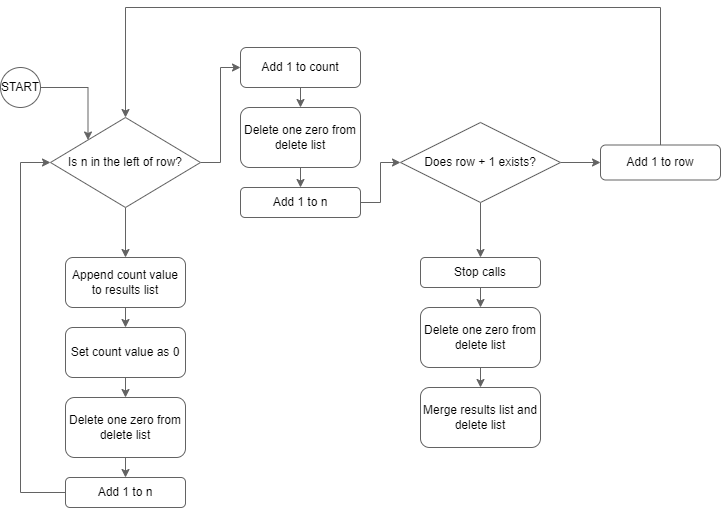
Earlier version of the draw.io export Atod_Clusters/Atod_Clusters_Map.png (Thezra/Atod_Clusters). Source tidied: cells renumbered, new cells last; positions are measured from the earlier drawing's top-left corner, leaving out a move shared by most shapes. Source of this version:
```xml
<mxGraphModel>
  <root>
    <mxCell id="0" />
    <mxCell id="1" parent="0" />
    <mxCell id="2" style="edgeStyle=orthogonalEdgeStyle;rounded=0;jettySize=auto;html=1;exitX=1;exitY=0.5;exitDx=0;exitDy=0;entryX=0;entryY=0.5;entryDx=0;entryDy=0;strokeColor=#636363;" parent="1" edge="1" source="4" target="20">
      <mxGeometry relative="1" as="geometry" />
    </mxCell>
    <mxCell id="3" style="edgeStyle=orthogonalEdgeStyle;rounded=0;jettySize=auto;html=1;exitX=0.5;exitY=1;exitDx=0;exitDy=0;entryX=0.5;entryY=0;entryDx=0;entryDy=0;strokeColor=#636363;" parent="1" edge="1" source="4" target="8">
      <mxGeometry relative="1" as="geometry" />
    </mxCell>
    <mxCell id="4" value="Is n in the left of row?" style="rhombus;whiteSpace=wrap;html=1;strokeColor=#636363;" parent="1" vertex="1">
      <mxGeometry x="50" y="110" width="150" height="90" as="geometry" />
    </mxCell>
    <mxCell id="5" style="edgeStyle=orthogonalEdgeStyle;rounded=0;jettySize=auto;html=1;exitX=0.5;exitY=0;exitDx=0;exitDy=0;entryX=0.5;entryY=0;entryDx=0;entryDy=0;strokeColor=#636363;" parent="1" edge="1" source="6" target="4">
      <mxGeometry relative="1" as="geometry">
        <Array as="points">
          <mxPoint x="660" />
          <mxPoint x="125" />
        </Array>
      </mxGeometry>
    </mxCell>
    <mxCell id="6" value="Add 1 to row" style="rounded=1;whiteSpace=wrap;html=1;strokeColor=#636363;" parent="1" vertex="1">
      <mxGeometry x="600" y="137.5" width="120" height="35" as="geometry" />
    </mxCell>
    <mxCell id="7" style="edgeStyle=orthogonalEdgeStyle;rounded=0;html=1;exitX=0.5;exitY=1;exitDx=0;exitDy=0;strokeColor=#636363;" parent="1" edge="1" source="8" target="32">
      <mxGeometry relative="1" as="geometry" />
    </mxCell>
    <mxCell id="8" value="Append count value to results list" style="rounded=1;whiteSpace=wrap;html=1;strokeColor=#636363;" parent="1" vertex="1">
      <mxGeometry x="65" y="250" width="120" height="50" as="geometry" />
    </mxCell>
    <mxCell id="9" value="yes" style="text;html=1;align=center;verticalAlign=middle;strokeColor=none;fillColor=none;fontColor=#FFFFFF;spacing=2;fontStyle=1;fontSize=11;" parent="1" vertex="1">
      <mxGeometry x="185" y="85" width="40" height="30" as="geometry" />
    </mxCell>
    <mxCell id="10" value="no" style="text;html=1;align=center;verticalAlign=middle;strokeColor=none;fillColor=none;spacing=2;fontStyle=1;fontSize=11;fontColor=#FFFFFF;" parent="1" vertex="1">
      <mxGeometry x="120" y="210" width="40" height="30" as="geometry" />
    </mxCell>
    <mxCell id="11" style="edgeStyle=orthogonalEdgeStyle;rounded=0;jettySize=auto;html=1;exitX=0.5;exitY=1;exitDx=0;exitDy=0;entryX=0.5;entryY=0;entryDx=0;entryDy=0;strokeColor=#636363;" parent="1" edge="1" source="13" target="15">
      <mxGeometry relative="1" as="geometry" />
    </mxCell>
    <mxCell id="12" style="edgeStyle=orthogonalEdgeStyle;rounded=0;jettySize=auto;html=1;exitX=1;exitY=0.5;exitDx=0;exitDy=0;entryX=0;entryY=0.5;entryDx=0;entryDy=0;strokeColor=#636363;" parent="1" edge="1" source="13" target="6">
      <mxGeometry relative="1" as="geometry" />
    </mxCell>
    <mxCell id="13" value="Does row + 1 exists?" style="rhombus;whiteSpace=wrap;html=1;strokeColor=#636363;" parent="1" vertex="1">
      <mxGeometry x="400" y="115" width="160" height="80" as="geometry" />
    </mxCell>
    <mxCell id="14" style="edgeStyle=orthogonalEdgeStyle;rounded=0;html=1;exitX=0.5;exitY=1;exitDx=0;exitDy=0;entryX=0.5;entryY=0;entryDx=0;entryDy=0;strokeColor=#636363;" parent="1" edge="1" source="15" target="34">
      <mxGeometry relative="1" as="geometry" />
    </mxCell>
    <mxCell id="15" value="Stop calls" style="rounded=1;whiteSpace=wrap;html=1;fillColor=default;strokeColor=#636363;" parent="1" vertex="1">
      <mxGeometry x="420" y="250" width="120" height="30" as="geometry" />
    </mxCell>
    <mxCell id="16" value="yes" style="text;html=1;align=center;verticalAlign=middle;strokeColor=none;fillColor=none;fontColor=#FFFFFF;spacing=2;fontStyle=1;fontSize=11;" parent="1" vertex="1">
      <mxGeometry x="560" y="130" width="40" height="30" as="geometry" />
    </mxCell>
    <mxCell id="17" value="no" style="text;html=1;align=center;verticalAlign=middle;strokeColor=none;fillColor=none;fontColor=#FFFFFF;spacing=2;fontStyle=1;fontSize=11;" parent="1" vertex="1">
      <mxGeometry x="450" y="210" width="40" height="30" as="geometry" />
    </mxCell>
    <mxCell id="18" style="edgeStyle=orthogonalEdgeStyle;rounded=0;jettySize=auto;html=1;entryX=0;entryY=0.5;entryDx=0;entryDy=0;strokeColor=#636363;" parent="1" edge="1" source="26" target="13">
      <mxGeometry relative="1" as="geometry" />
    </mxCell>
    <mxCell id="19" style="edgeStyle=orthogonalEdgeStyle;rounded=0;html=1;exitX=0.5;exitY=1;exitDx=0;exitDy=0;entryX=0.5;entryY=0;entryDx=0;entryDy=0;strokeColor=#636363;" parent="1" edge="1" source="20" target="25">
      <mxGeometry relative="1" as="geometry" />
    </mxCell>
    <mxCell id="20" value="Add 1 to count" style="rounded=1;whiteSpace=wrap;html=1;strokeColor=#636363;" parent="1" vertex="1">
      <mxGeometry x="240" y="40" width="120" height="40" as="geometry" />
    </mxCell>
    <mxCell id="21" value="Merge results list and delete list" style="rounded=1;whiteSpace=wrap;html=1;strokeColor=#636363;" parent="1" vertex="1">
      <mxGeometry x="420" y="380" width="120" height="60" as="geometry" />
    </mxCell>
    <mxCell id="22" style="edgeStyle=orthogonalEdgeStyle;html=1;exitX=1;exitY=0.5;exitDx=0;exitDy=0;entryX=0;entryY=0;entryDx=0;entryDy=0;rounded=0;strokeColor=#636363;" parent="1" edge="1" source="23" target="4">
      <mxGeometry relative="1" as="geometry" />
    </mxCell>
    <mxCell id="23" value="START" style="ellipse;whiteSpace=wrap;html=1;strokeColor=#636363;" parent="1" vertex="1">
      <mxGeometry y="60" width="40" height="40" as="geometry" />
    </mxCell>
    <mxCell id="24" style="edgeStyle=orthogonalEdgeStyle;rounded=0;html=1;exitX=0.5;exitY=1;exitDx=0;exitDy=0;entryX=0.5;entryY=0;entryDx=0;entryDy=0;strokeColor=#636363;" parent="1" edge="1" source="25" target="26">
      <mxGeometry relative="1" as="geometry" />
    </mxCell>
    <mxCell id="25" value="Delete one zero from delete list" style="rounded=1;whiteSpace=wrap;html=1;strokeColor=#636363;" parent="1" vertex="1">
      <mxGeometry x="240" y="100" width="120" height="60" as="geometry" />
    </mxCell>
    <mxCell id="26" value="Add 1 to n" style="rounded=1;whiteSpace=wrap;html=1;strokeColor=#636363;" parent="1" vertex="1">
      <mxGeometry x="240" y="180" width="120" height="30" as="geometry" />
    </mxCell>
    <mxCell id="27" style="edgeStyle=orthogonalEdgeStyle;rounded=0;html=1;exitX=0.5;exitY=1;exitDx=0;exitDy=0;entryX=0.5;entryY=0;entryDx=0;entryDy=0;strokeColor=#636363;" parent="1" edge="1" source="28" target="30">
      <mxGeometry relative="1" as="geometry" />
    </mxCell>
    <mxCell id="28" value="Delete one zero from delete list" style="rounded=1;whiteSpace=wrap;html=1;strokeColor=#636363;" parent="1" vertex="1">
      <mxGeometry x="65" y="390" width="120" height="60" as="geometry" />
    </mxCell>
    <mxCell id="29" style="edgeStyle=orthogonalEdgeStyle;rounded=0;html=1;exitX=0;exitY=0.5;exitDx=0;exitDy=0;entryX=0;entryY=0.5;entryDx=0;entryDy=0;strokeColor=#636363;" parent="1" edge="1" source="30" target="4">
      <mxGeometry relative="1" as="geometry">
        <Array as="points">
          <mxPoint x="20" y="485" />
          <mxPoint x="20" y="155" />
        </Array>
      </mxGeometry>
    </mxCell>
    <mxCell id="30" value="Add 1 to n" style="rounded=1;whiteSpace=wrap;html=1;strokeColor=#636363;" parent="1" vertex="1">
      <mxGeometry x="65" y="470" width="120" height="30" as="geometry" />
    </mxCell>
    <mxCell id="31" style="edgeStyle=orthogonalEdgeStyle;rounded=0;html=1;exitX=0.5;exitY=1;exitDx=0;exitDy=0;entryX=0.5;entryY=0;entryDx=0;entryDy=0;strokeColor=#636363;" parent="1" edge="1" source="32" target="28">
      <mxGeometry relative="1" as="geometry" />
    </mxCell>
    <mxCell id="32" value="Set count value as 0" style="rounded=1;whiteSpace=wrap;html=1;strokeColor=#636363;" parent="1" vertex="1">
      <mxGeometry x="65" y="320" width="120" height="50" as="geometry" />
    </mxCell>
    <mxCell id="33" style="edgeStyle=orthogonalEdgeStyle;rounded=0;html=1;exitX=0.5;exitY=1;exitDx=0;exitDy=0;entryX=0.5;entryY=0;entryDx=0;entryDy=0;strokeColor=#636363;" parent="1" edge="1" source="34" target="21">
      <mxGeometry relative="1" as="geometry" />
    </mxCell>
    <mxCell id="34" value="Delete one zero from delete list" style="rounded=1;whiteSpace=wrap;html=1;strokeColor=#636363;" parent="1" vertex="1">
      <mxGeometry x="420" y="300" width="120" height="60" as="geometry" />
    </mxCell>
  </root>
</mxGraphModel>
```
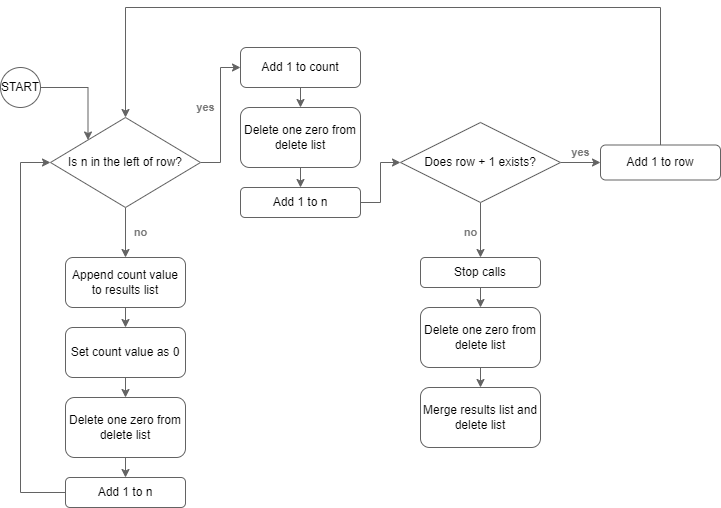
Later version of the same file.

The edit, as a diff of the source:
```diff
@@ -31,7 +31,7 @@
     <mxCell id="9" value="yes" style="text;html=1;align=center;verticalAlign=middle;strokeColor=none;fillColor=none;fontColor=#FFFFFF;spacing=2;fontStyle=1;fontSize=11;" parent="1" vertex="1">
       <mxGeometry x="185" y="85" width="40" height="30" as="geometry" />
     </mxCell>
-    <mxCell id="10" value="no" style="text;html=1;align=center;verticalAlign=middle;strokeColor=none;fillColor=none;spacing=2;fontStyle=1;fontSize=11;fontColor=#FFFFFF;" parent="1" vertex="1">
+    <mxCell id="10" value="no" style="text;html=1;align=center;verticalAlign=middle;strokeColor=none;fillColor=none;spacing=2;fontStyle=1;fontSize=11;fontColor=#787878;" parent="1" vertex="1">
       <mxGeometry x="120" y="210" width="40" height="30" as="geometry" />
     </mxCell>
     <mxCell id="11" style="edgeStyle=orthogonalEdgeStyle;rounded=0;jettySize=auto;html=1;exitX=0.5;exitY=1;exitDx=0;exitDy=0;entryX=0.5;entryY=0;entryDx=0;entryDy=0;strokeColor=#636363;" parent="1" edge="1" source="13" target="15">
@@ -111,5 +111,14 @@
     <mxCell id="34" value="Delete one zero from delete list" style="rounded=1;whiteSpace=wrap;html=1;strokeColor=#636363;" parent="1" vertex="1">
       <mxGeometry x="420" y="300" width="120" height="60" as="geometry" />
     </mxCell>
+    <mxCell id="35" value="yes" style="text;html=1;align=center;verticalAlign=middle;strokeColor=none;fillColor=none;fontColor=#787878;spacing=2;fontStyle=1;fontSize=11;" parent="1" vertex="1">
+      <mxGeometry x="560" y="130" width="40" height="30" as="geometry" />
+    </mxCell>
+    <mxCell id="36" value="no" style="text;html=1;align=center;verticalAlign=middle;strokeColor=none;fillColor=none;fontColor=#787878;spacing=2;fontStyle=1;fontSize=11;" parent="1" vertex="1">
+      <mxGeometry x="450" y="210" width="40" height="30" as="geometry" />
+    </mxCell>
+    <mxCell id="37" value="yes" style="text;html=1;align=center;verticalAlign=middle;strokeColor=none;fillColor=none;fontColor=#787878;spacing=2;fontStyle=1;fontSize=11;" parent="1" vertex="1">
+      <mxGeometry x="185" y="85" width="40" height="30" as="geometry" />
+    </mxCell>
   </root>
 </mxGraphModel>
```
